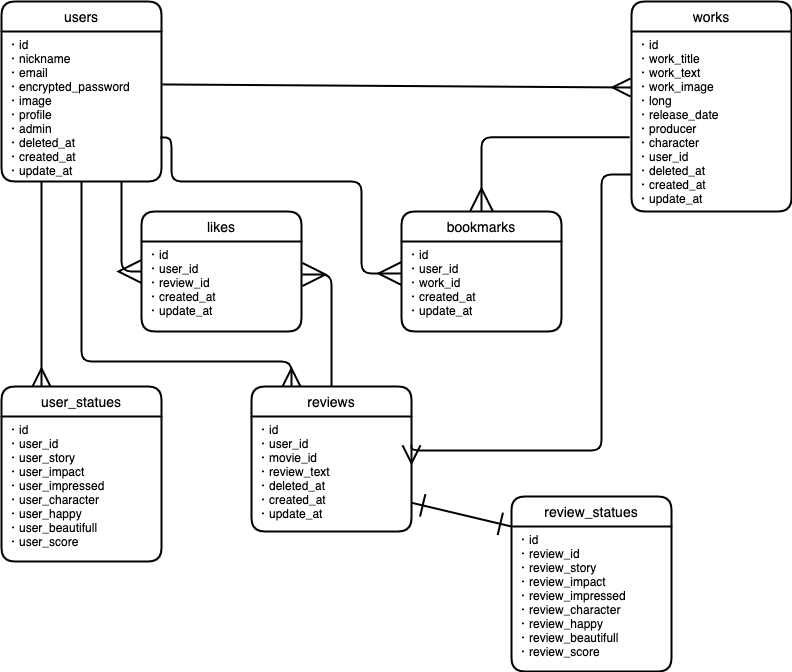
hatanotakahiro/sympasee keeps this draw.io diagram as ER.dio.png. Above is the earlier version. Source tidied: cells renumbered, new cells last; positions are measured from the earlier drawing's top-left corner, leaving out a move shared by most shapes.
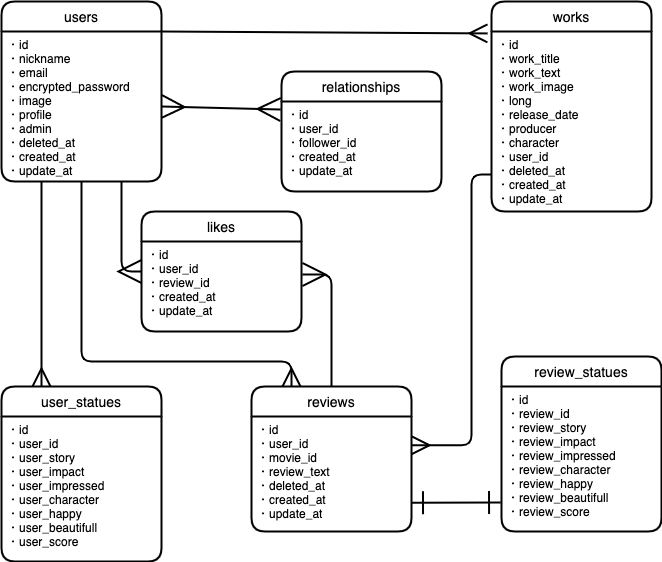
Above is the later version.

The edit, as a diff of the source:
```diff
@@ -15,7 +15,7 @@
       <mxGeometry relative="1" as="geometry" />
     </mxCell>
     <mxCell id="6" value="works" style="swimlane;horizontal=1;startSize=30;rounded=1;fontSize=14;fontStyle=0;strokeWidth=2;shadow=0;dashed=0;align=center;" parent="1" vertex="1">
-      <mxGeometry x="630" width="160" height="210" as="geometry" />
+      <mxGeometry x="490" width="160" height="210" as="geometry" />
     </mxCell>
     <mxCell id="7" value="・id&#10;・work_title&#10;・work_text&#10;・work_image&#10;・long&#10;・release_date&#10;・producer&#10;・character&#10;・user_id&#10;・deleted_at&#10;・created_at&#10;・update_at&#10;" style="align=left;strokeColor=none;fillColor=none;spacingLeft=4;fontSize=12;verticalAlign=top;" parent="6" vertex="1">
       <mxGeometry y="30" width="160" height="180" as="geometry" />
@@ -26,10 +26,8 @@
     <mxCell id="9" value="・id&#10;・user_id&#10;・movie_id&#10;・review_text&#10;・deleted_at&#10;・created_at&#10;・update_at&#10;" style="align=left;strokeColor=none;fillColor=none;spacingLeft=4;fontSize=12;verticalAlign=top;" parent="8" vertex="1">
       <mxGeometry y="30" width="160" height="115" as="geometry" />
     </mxCell>
-    <mxCell id="10" style="fontSize=12;html=1;endArrow=ERmany;jumpSize=6;strokeWidth=2;endSize=15;exitX=1.006;exitY=0.353;exitDx=0;exitDy=0;exitPerimeter=0;" parent="1" edge="1" source="3">
-      <mxGeometry relative="1" as="geometry">
-        <mxPoint x="629" y="86" as="targetPoint" />
-      </mxGeometry>
+    <mxCell id="10" style="fontSize=12;html=1;endArrow=ERmany;jumpSize=6;strokeWidth=2;endSize=15;exitX=1;exitY=0;exitDx=0;exitDy=0;entryX=-0.025;entryY=0.152;entryDx=0;entryDy=0;entryPerimeter=0;" parent="1" edge="1" source="3" target="6">
+      <mxGeometry relative="1" as="geometry" />
     </mxCell>
     <mxCell id="11" style="edgeStyle=orthogonalEdgeStyle;fontSize=12;html=1;endArrow=ERmany;exitX=0.5;exitY=1;exitDx=0;exitDy=0;jumpSize=6;strokeWidth=2;endSize=15;entryX=0.25;entryY=0;entryDx=0;entryDy=0;" parent="1" edge="1" source="3" target="8">
       <mxGeometry relative="1" as="geometry">
@@ -46,17 +44,17 @@
       <mxGeometry y="30" width="160" height="145" as="geometry" />
     </mxCell>
     <mxCell id="14" value="review_statues" style="swimlane;horizontal=1;startSize=30;rounded=1;fontSize=14;fontStyle=0;strokeWidth=2;shadow=0;dashed=0;align=center;" parent="1" vertex="1">
-      <mxGeometry x="510" y="495" width="160" height="175" as="geometry" />
+      <mxGeometry x="500" y="355" width="160" height="175" as="geometry" />
     </mxCell>
     <mxCell id="15" value="・id&#10;・review_id&#10;・review_story&#10;・review_impact&#10;・review_impressed&#10;・review_character&#10;・review_happy&#10;・review_beautifull&#10;・review_score" style="align=left;strokeColor=none;fillColor=none;spacingLeft=4;fontSize=12;verticalAlign=top;" parent="14" vertex="1">
       <mxGeometry y="30" width="160" height="145" as="geometry" />
     </mxCell>
     <mxCell id="16" style="edgeStyle=orthogonalEdgeStyle;fontSize=12;html=1;endArrow=none;exitX=1;exitY=0.25;exitDx=0;exitDy=0;jumpSize=6;strokeWidth=2;endSize=15;endFill=0;startArrow=ERmany;startFill=0;startSize=15;" parent="1" edge="1" source="9">
       <mxGeometry relative="1" as="geometry">
-        <mxPoint x="630" y="173" as="targetPoint" />
+        <mxPoint x="490" y="173" as="targetPoint" />
         <Array as="points">
-          <mxPoint x="600" y="449" />
-          <mxPoint x="600" y="173" />
+          <mxPoint x="470" y="444" />
+          <mxPoint x="470" y="173" />
         </Array>
       </mxGeometry>
     </mxCell>
@@ -72,26 +70,16 @@
     <mxCell id="20" style="fontSize=12;html=1;endArrow=ERmany;endFill=0;strokeWidth=2;exitX=0.5;exitY=0;exitDx=0;exitDy=0;endSize=20;startArrow=none;startFill=0;targetPerimeterSpacing=0;startSize=20;entryX=1.006;entryY=0.367;entryDx=0;entryDy=0;entryPerimeter=0;edgeStyle=orthogonalEdgeStyle;" parent="1" edge="1" source="8" target="18">
       <mxGeometry relative="1" as="geometry" />
     </mxCell>
-    <mxCell id="21" value="bookmarks" style="swimlane;horizontal=1;startSize=30;rounded=1;fontSize=14;fontStyle=0;strokeWidth=2;shadow=0;dashed=0;align=center;" parent="1" vertex="1">
-      <mxGeometry x="400" y="210" width="160" height="120" as="geometry" />
+    <mxCell id="21" value="relationships" style="swimlane;horizontal=1;startSize=30;rounded=1;fontSize=14;fontStyle=0;strokeWidth=2;shadow=0;dashed=0;align=center;" parent="1" vertex="1">
+      <mxGeometry x="280" y="70" width="160" height="120" as="geometry" />
     </mxCell>
-    <mxCell id="22" value="・id&#10;・user_id&#10;・work_id&#10;・created_at&#10;・update_at&#10;" style="align=left;strokeColor=none;fillColor=none;spacingLeft=4;fontSize=12;verticalAlign=top;" parent="21" vertex="1">
+    <mxCell id="22" value="・id&#10;・user_id&#10;・follower_id&#10;・created_at&#10;・update_at&#10;" style="align=left;strokeColor=none;fillColor=none;spacingLeft=4;fontSize=12;verticalAlign=top;" parent="21" vertex="1">
       <mxGeometry y="30" width="160" height="90" as="geometry" />
     </mxCell>
-    <mxCell id="23" style="fontSize=12;html=1;endArrow=ERmany;endFill=0;strokeWidth=2;endSize=20;startArrow=none;startFill=0;targetPerimeterSpacing=0;startSize=20;entryX=0;entryY=0.356;entryDx=0;entryDy=0;edgeStyle=orthogonalEdgeStyle;entryPerimeter=0;exitX=0.994;exitY=0.707;exitDx=0;exitDy=0;exitPerimeter=0;" parent="1" edge="1" source="3" target="22">
-      <mxGeometry relative="1" as="geometry">
-        <Array as="points">
-          <mxPoint x="170" y="136" />
-          <mxPoint x="170" y="180" />
-          <mxPoint x="360" y="180" />
-          <mxPoint x="360" y="272" />
-        </Array>
-      </mxGeometry>
+    <mxCell id="23" style="fontSize=12;html=1;endArrow=ERmany;endFill=0;strokeWidth=2;endSize=20;startArrow=ERmany;startFill=0;targetPerimeterSpacing=0;startSize=20;entryX=-0.006;entryY=0.089;entryDx=0;entryDy=0;entryPerimeter=0;exitX=1;exitY=0.5;exitDx=0;exitDy=0;" parent="1" edge="1" source="3" target="22">
+      <mxGeometry relative="1" as="geometry" />
     </mxCell>
-    <mxCell id="24" style="fontSize=12;html=1;endArrow=ERmany;endFill=0;strokeWidth=2;exitX=-0.012;exitY=0.588;exitDx=0;exitDy=0;endSize=20;startArrow=none;startFill=0;targetPerimeterSpacing=0;startSize=20;entryX=0.5;entryY=0;entryDx=0;entryDy=0;edgeStyle=orthogonalEdgeStyle;exitPerimeter=0;" parent="1" edge="1" source="7" target="21">
-      <mxGeometry relative="1" as="geometry" />
-    </mxCell>
-    <mxCell id="25" style="fontSize=12;html=1;endArrow=ERone;endFill=1;strokeWidth=2;exitX=0;exitY=0;exitDx=0;exitDy=0;entryX=1;entryY=0.75;entryDx=0;entryDy=0;endSize=20;startArrow=ERone;startFill=0;targetPerimeterSpacing=0;startSize=20;" parent="1" edge="1" source="15" target="9">
+    <mxCell id="25" style="fontSize=12;html=1;endArrow=ERone;endFill=1;strokeWidth=2;exitX=-0.006;exitY=0.8;exitDx=0;exitDy=0;entryX=1;entryY=0.75;entryDx=0;entryDy=0;endSize=20;startArrow=ERone;startFill=0;targetPerimeterSpacing=0;startSize=20;exitPerimeter=0;" parent="1" edge="1" source="15" target="9">
       <mxGeometry relative="1" as="geometry" />
     </mxCell>
     <mxCell id="26" style="fontSize=12;html=1;endArrow=ERmany;jumpSize=6;strokeWidth=2;endSize=15;entryX=0.25;entryY=0;entryDx=0;entryDy=0;exitX=0.25;exitY=1;exitDx=0;exitDy=0;" parent="1" edge="1" source="3" target="12">
```
